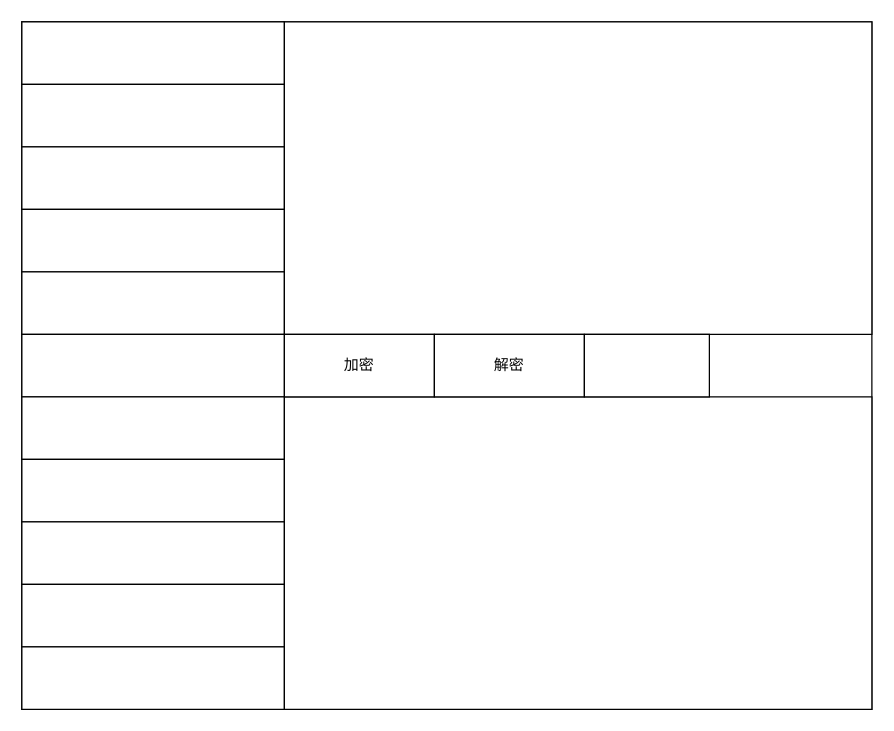
Before: blog/draw.drawio in Zephyrccc/ImageHostingService, a draw.io diagram. Source tidied: cells renumbered, new cells numbered last; positions are measured from the earlier drawing's top-left corner, leaving out a move shared by most shapes. Both pictures are drawn from the tidied source at 125%, with x=0, y=0 at pixel (21, 21).
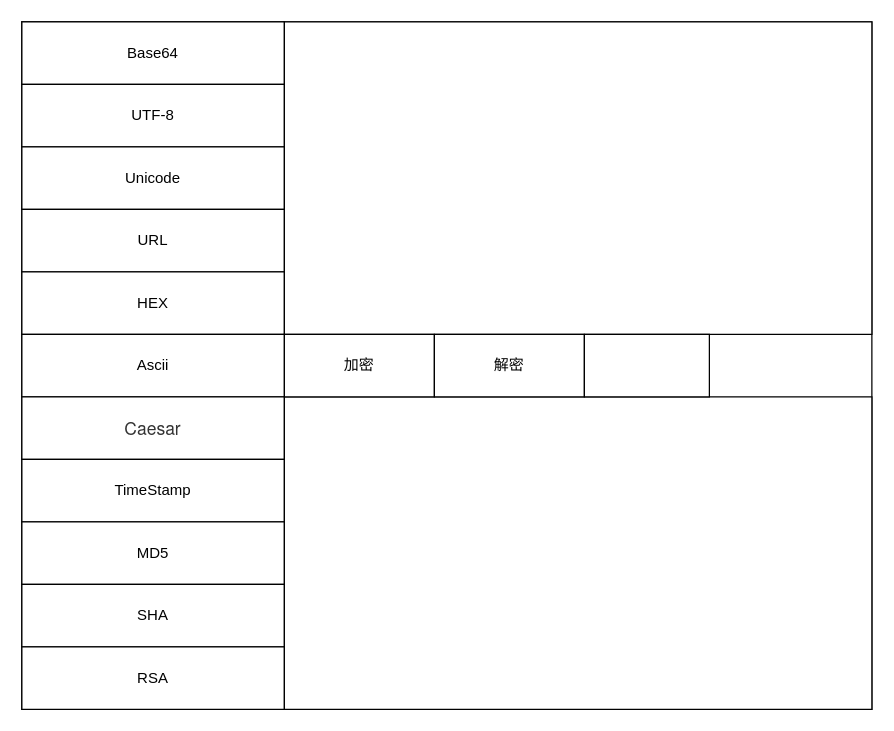
After the change.

Diff of the diagram source:
```diff
@@
 <mxGraphModel>
   <root>
     <mxCell id="0" />
     <mxCell id="1" parent="0" />
     <mxCell id="2" style="rounded=0;whiteSpace=wrap;html=1;" parent="1" vertex="1">
       <mxGeometry width="680" height="550" as="geometry" />
     </mxCell>
     <mxCell id="3" style="rounded=0;whiteSpace=wrap;html=1;" parent="1" vertex="1">
       <mxGeometry width="210" height="550" as="geometry" />
     </mxCell>
-    <mxCell id="4" style="rounded=0;whiteSpace=wrap;html=1;" parent="1" vertex="1">
+    <mxCell id="4" value="Base64" style="rounded=0;whiteSpace=wrap;html=1;" parent="1" vertex="1">
       <mxGeometry width="210" height="50" as="geometry" />
     </mxCell>
-    <mxCell id="5" style="rounded=0;whiteSpace=wrap;html=1;" parent="1" vertex="1">
+    <mxCell id="5" value="UTF-8" style="rounded=0;whiteSpace=wrap;html=1;" parent="1" vertex="1">
       <mxGeometry y="50" width="210" height="50" as="geometry" />
     </mxCell>
-    <mxCell id="6" style="rounded=0;whiteSpace=wrap;html=1;" parent="1" vertex="1">
+    <mxCell id="6" value="Unicode" style="rounded=0;whiteSpace=wrap;html=1;" parent="1" vertex="1">
       <mxGeometry y="100" width="210" height="50" as="geometry" />
     </mxCell>
-    <mxCell id="7" style="rounded=0;whiteSpace=wrap;html=1;" parent="1" vertex="1">
+    <mxCell id="7" value="URL" style="rounded=0;whiteSpace=wrap;html=1;" parent="1" vertex="1">
       <mxGeometry y="150" width="210" height="50" as="geometry" />
     </mxCell>
-    <mxCell id="8" style="rounded=0;whiteSpace=wrap;html=1;" parent="1" vertex="1">
+    <mxCell id="8" value="HEX" style="rounded=0;whiteSpace=wrap;html=1;" parent="1" vertex="1">
       <mxGeometry y="200" width="210" height="50" as="geometry" />
     </mxCell>
-    <mxCell id="9" style="rounded=0;whiteSpace=wrap;html=1;" parent="1" vertex="1">
+    <mxCell id="9" value="Ascii" style="rounded=0;whiteSpace=wrap;html=1;" parent="1" vertex="1">
       <mxGeometry y="250" width="210" height="50" as="geometry" />
     </mxCell>
-    <mxCell id="10" style="rounded=0;whiteSpace=wrap;html=1;" parent="1" vertex="1">
+    <mxCell id="10" value="&lt;span style=&quot;color: rgb(51, 51, 51); font-family: &amp;quot;Helvetica Neue&amp;quot;, Helvetica, Arial, &amp;quot;PingFang SC&amp;quot;, &amp;quot;Hiragino Sans GB&amp;quot;, &amp;quot;Microsoft YaHei&amp;quot;, &amp;quot;WenQuanYi Micro Hei&amp;quot;, sans-serif; font-size: 14px; text-align: start; text-indent: 28px; background-color: rgb(255, 255, 255);&quot;&gt;Caesar&lt;/span&gt;" style="rounded=0;whiteSpace=wrap;html=1;" parent="1" vertex="1">
       <mxGeometry y="300" width="210" height="50" as="geometry" />
     </mxCell>
-    <mxCell id="11" style="rounded=0;whiteSpace=wrap;html=1;" parent="1" vertex="1">
+    <mxCell id="11" value="TimeStamp" style="rounded=0;whiteSpace=wrap;html=1;" parent="1" vertex="1">
       <mxGeometry y="350" width="210" height="50" as="geometry" />
     </mxCell>
-    <mxCell id="12" style="rounded=0;whiteSpace=wrap;html=1;" parent="1" vertex="1">
+    <mxCell id="12" value="MD5" style="rounded=0;whiteSpace=wrap;html=1;" parent="1" vertex="1">
       <mxGeometry y="400" width="210" height="50" as="geometry" />
     </mxCell>
-    <mxCell id="13" style="rounded=0;whiteSpace=wrap;html=1;" parent="1" vertex="1">
+    <mxCell id="13" value="SHA" style="rounded=0;whiteSpace=wrap;html=1;" parent="1" vertex="1">
       <mxGeometry y="450" width="210" height="50" as="geometry" />
     </mxCell>
-    <mxCell id="14" style="rounded=0;whiteSpace=wrap;html=1;" parent="1" vertex="1">
+    <mxCell id="14" value="RSA" style="rounded=0;whiteSpace=wrap;html=1;" parent="1" vertex="1">
       <mxGeometry y="500" width="210" height="50" as="geometry" />
     </mxCell>
     <mxCell id="15" style="rounded=0;whiteSpace=wrap;html=1;" parent="1" vertex="1">
       <mxGeometry x="210" width="470" height="250" as="geometry" />
     </mxCell>
     <mxCell id="16" style="rounded=0;whiteSpace=wrap;html=1;" parent="1" vertex="1">
       <mxGeometry x="210" y="300" width="470" height="250" as="geometry" />
     </mxCell>
     <mxCell id="17" value="加密" style="rounded=0;whiteSpace=wrap;html=1;" parent="1" vertex="1">
       <mxGeometry x="210" y="250" width="120" height="50" as="geometry" />
     </mxCell>
     <mxCell id="18" value="解密" style="rounded=0;whiteSpace=wrap;html=1;" parent="1" vertex="1">
       <mxGeometry x="330" y="250" width="120" height="50" as="geometry" />
     </mxCell>
     <mxCell id="19" style="rounded=0;whiteSpace=wrap;html=1;" parent="1" vertex="1">
       <mxGeometry x="450" y="250" width="100" height="50" as="geometry" />
     </mxCell>
   </root>
 </mxGraphModel>
```
